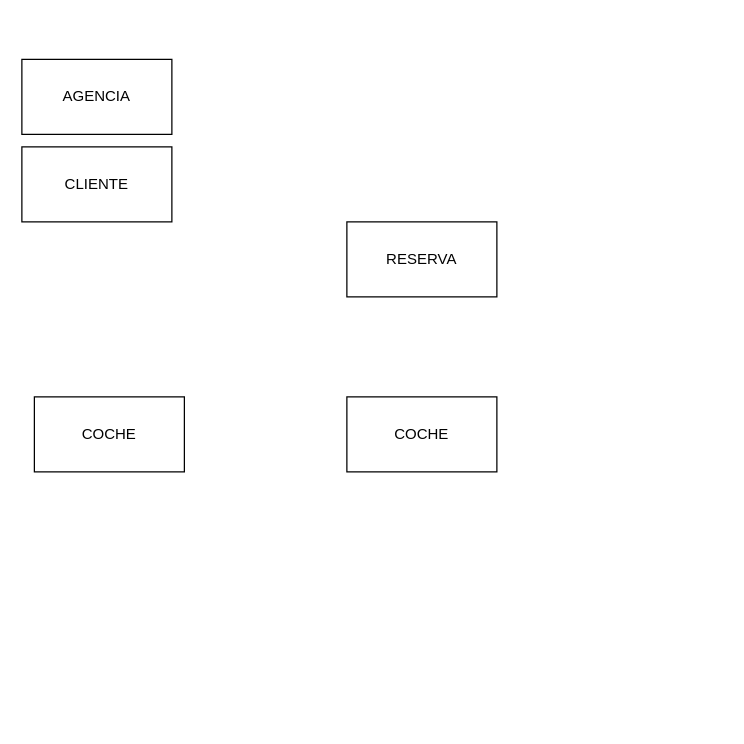
Before: Untitled Diagram.drawio in odicienta/Programming-Foundations-Algorithms, a draw.io diagram. Source tidied: cells renumbered, new cells numbered last; positions are measured from the earlier drawing's top-left corner, leaving out a move shared by most shapes. Both pictures are drawn from the tidied source at 125%, with x=0, y=0 at pixel (21, 59).
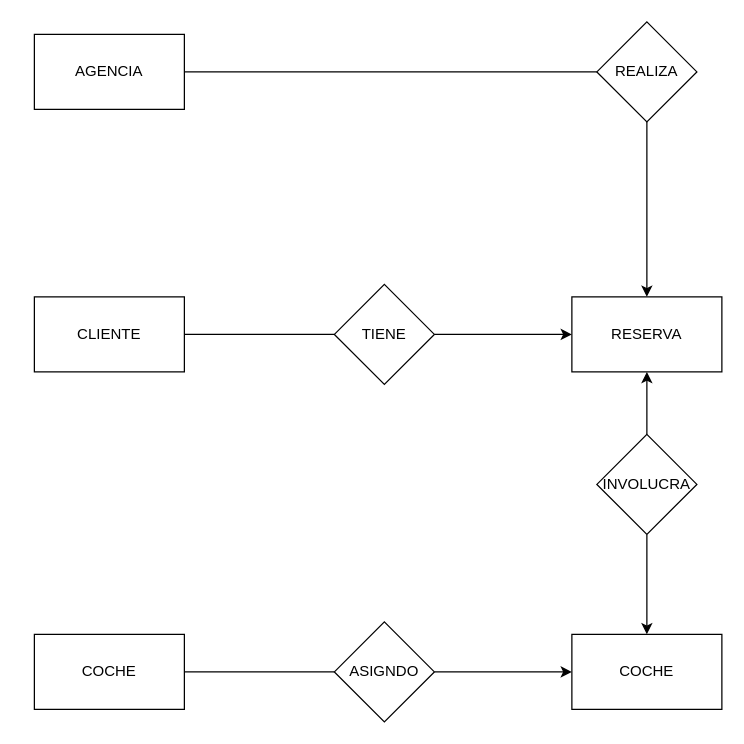
Above is the later version.

Change to the diagram source:
```diff
@@
 <mxGraphModel>
   <root>
     <mxCell id="0" />
     <mxCell id="1" parent="0" />
     <mxCell id="2" value="COCHE" style="rounded=0;whiteSpace=wrap;html=1;" parent="1" vertex="1">
-      <mxGeometry x="260" y="270" width="120" height="60" as="geometry" />
+      <mxGeometry x="440" y="460" width="120" height="60" as="geometry" />
     </mxCell>
     <mxCell id="3" value="COCHE" style="rounded=0;whiteSpace=wrap;html=1;" parent="1" vertex="1">
-      <mxGeometry x="10" y="270" width="120" height="60" as="geometry" />
+      <mxGeometry x="10" y="460" width="120" height="60" as="geometry" />
     </mxCell>
     <mxCell id="4" value="CLIENTE" style="rounded=0;whiteSpace=wrap;html=1;" parent="1" vertex="1">
-      <mxGeometry y="70" width="120" height="60" as="geometry" />
+      <mxGeometry x="10" y="190" width="120" height="60" as="geometry" />
     </mxCell>
     <mxCell id="5" value="AGENCIA" style="rounded=0;whiteSpace=wrap;html=1;" parent="1" vertex="1">
-      <mxGeometry width="120" height="60" as="geometry" />
+      <mxGeometry x="10" y="-20" width="120" height="60" as="geometry" />
     </mxCell>
     <mxCell id="6" value="RESERVA" style="rounded=0;whiteSpace=wrap;html=1;" parent="1" vertex="1">
-      <mxGeometry x="260" y="130" width="120" height="60" as="geometry" />
+      <mxGeometry x="440" y="190" width="120" height="60" as="geometry" />
     </mxCell>
+    <mxCell id="7" style="endArrow=none;html=1;rounded=0;exitX=1;exitY=0.5;exitDx=0;exitDy=0;" parent="1" edge="1" source="5" target="8">
+      <mxGeometry relative="1" as="geometry" />
+    </mxCell>
+    <mxCell id="8" value="REALIZA" style="rhombus;whiteSpace=wrap;html=1;" parent="1" vertex="1">
+      <mxGeometry x="460" y="-30" width="80" height="80" as="geometry" />
+    </mxCell>
+    <mxCell id="9" style="endArrow=classic;html=1;rounded=0;exitX=0.5;exitY=1;exitDx=0;exitDy=0;" parent="1" edge="1" source="8" target="6">
+      <mxGeometry relative="1" as="geometry" />
+    </mxCell>
+    <mxCell id="10" style="edgeStyle=orthogonalEdgeStyle;rounded=0;jettySize=auto;html=1;" parent="1" edge="1" source="12" target="6">
+      <mxGeometry relative="1" as="geometry" />
+    </mxCell>
+    <mxCell id="11" style="edgeStyle=orthogonalEdgeStyle;rounded=0;jettySize=auto;html=1;" parent="1" edge="1" source="12" target="2">
+      <mxGeometry relative="1" as="geometry" />
+    </mxCell>
+    <mxCell id="12" value="INVOLUCRA" style="rhombus;whiteSpace=wrap;html=1;" parent="1" vertex="1">
+      <mxGeometry x="460" y="300" width="80" height="80" as="geometry" />
+    </mxCell>
+    <mxCell id="13" style="edgeStyle=orthogonalEdgeStyle;rounded=0;jettySize=auto;html=1;" parent="1" edge="1" source="14" target="2">
+      <mxGeometry relative="1" as="geometry" />
+    </mxCell>
+    <mxCell id="14" value="ASIGNDO" style="rhombus;whiteSpace=wrap;html=1;" parent="1" vertex="1">
+      <mxGeometry x="250" y="450" width="80" height="80" as="geometry" />
+    </mxCell>
+    <mxCell id="15" style="endArrow=none;html=1;rounded=0;exitX=1;exitY=0.5;exitDx=0;exitDy=0;entryX=0;entryY=0.5;entryDx=0;entryDy=0;" parent="1" edge="1" source="3" target="14">
+      <mxGeometry relative="1" as="geometry" />
+    </mxCell>
+    <mxCell id="16" style="edgeStyle=orthogonalEdgeStyle;rounded=0;jettySize=auto;html=1;" parent="1" edge="1" source="17" target="6">
+      <mxGeometry relative="1" as="geometry" />
+    </mxCell>
+    <mxCell id="17" value="TIENE" style="rhombus;whiteSpace=wrap;html=1;" parent="1" vertex="1">
+      <mxGeometry x="250" y="180" width="80" height="80" as="geometry" />
+    </mxCell>
+    <mxCell id="18" style="endArrow=none;html=1;rounded=0;exitX=1;exitY=0.5;exitDx=0;exitDy=0;entryX=0;entryY=0.5;entryDx=0;entryDy=0;" parent="1" edge="1" source="4" target="17">
+      <mxGeometry relative="1" as="geometry" />
+    </mxCell>
   </root>
 </mxGraphModel>
```
